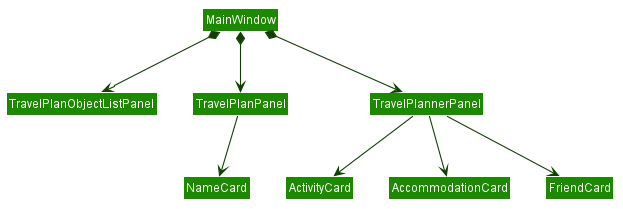
Earlier version of the PlantUML export docs/images/GoToUiClassDiagram.png (underthehai/tp). Source of this version:
```plantuml
@startuml








skinparam BackgroundColor #FFFFFFF

skinparam Shadowing false

skinparam Class {
    FontColor #FFFFFF
    BorderThickness 1
    BorderColor #FFFFFF
    StereotypeFontColor #FFFFFF
    FontName Arial
}

skinparam Actor {
    BorderColor #000000
    Color #000000
    FontName Arial
}

skinparam Sequence {
    MessageAlign center
    BoxFontSize 15
    BoxPadding 0
    BoxFontColor #FFFFFF
    FontName Arial
}

skinparam Participant {
    FontColor #FFFFFFF
    Padding 20
}

skinparam MinClassWidth 50
skinparam ParticipantPadding 10
skinparam Shadowing false
skinparam DefaultTextAlignment center
skinparam packageStyle Rectangle

hide footbox
hide members
hide circle
skinparam arrowThickness 1.1
skinparam arrowColor #0E4100
skinparam classBackgroundColor #1D8900


Class MainWindow

MainWindow *-down-> TravelPlanObjectListPanel
MainWindow *-down-> TravelPlanPanel
MainWindow *-down-> TravelPlannerPanel

TravelPlanPanel -down-> NameCard

TravelPlannerPanel -down-> ActivityCard
TravelPlannerPanel -down-> AccommodationCard
TravelPlannerPanel -down-> FriendCard

@enduml
```
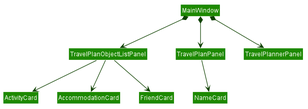
Later version of the same file.

What changed in the source:
```diff
@@ -60,8 +60,8 @@
 
 TravelPlanPanel -down-> NameCard
 
-TravelPlannerPanel -down-> ActivityCard
-TravelPlannerPanel -down-> AccommodationCard
-TravelPlannerPanel -down-> FriendCard
+TravelPlanObjectListPanel -down-> ActivityCard
+TravelPlanObjectListPanel -down-> AccommodationCard
+TravelPlanObjectListPanel -down-> FriendCard
 
 @enduml
```
